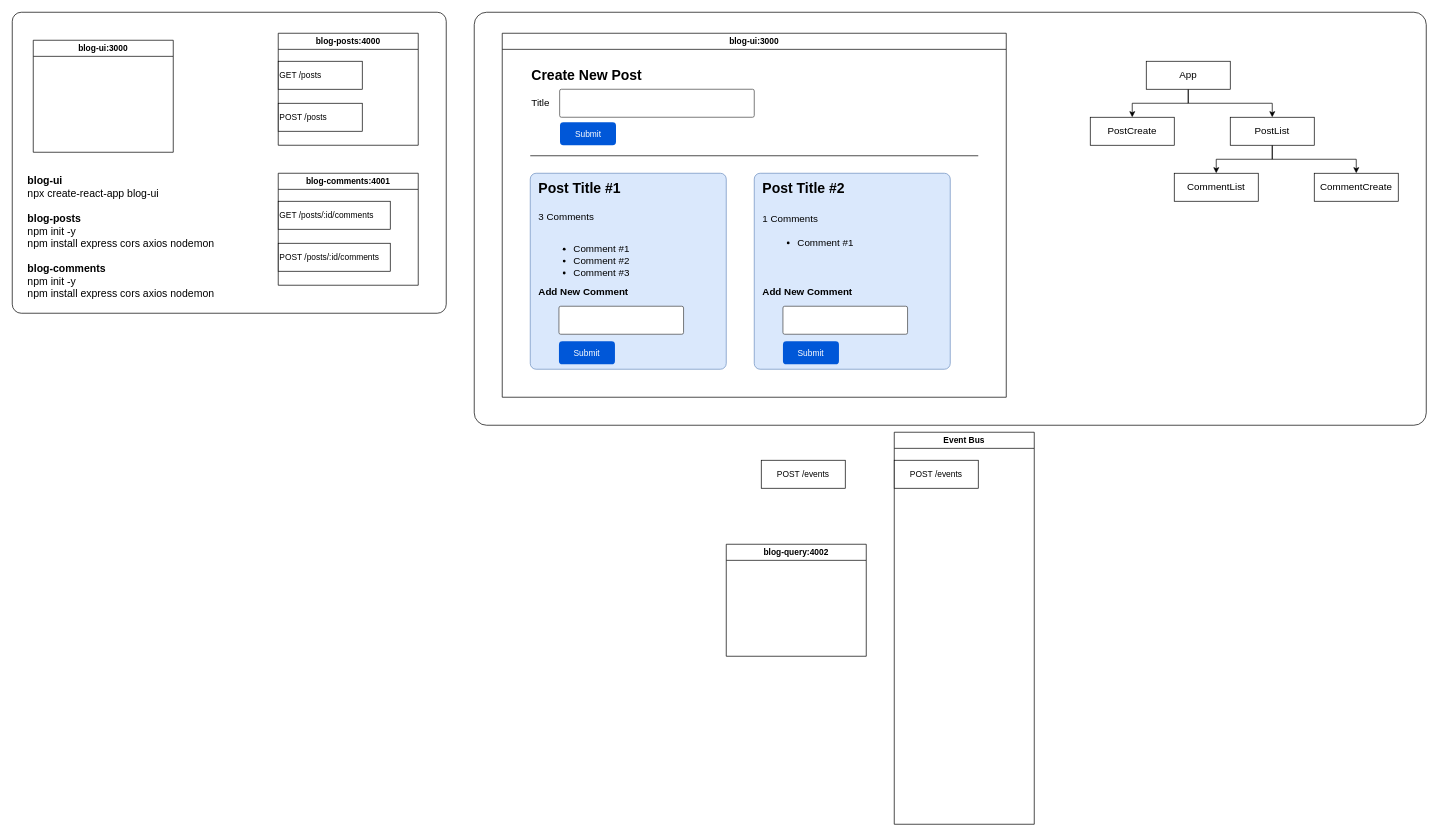
The draw.io diagram microservices.drawio in vidhirkaup/diagrams, before the edit. Source tidied: cells renumbered, new cells numbered last; positions are measured from the earlier drawing's top-left corner, leaving out a move shared by most shapes. Both pictures are drawn from the tidied source at 70%, with x=0, y=0 at pixel (12, 12).
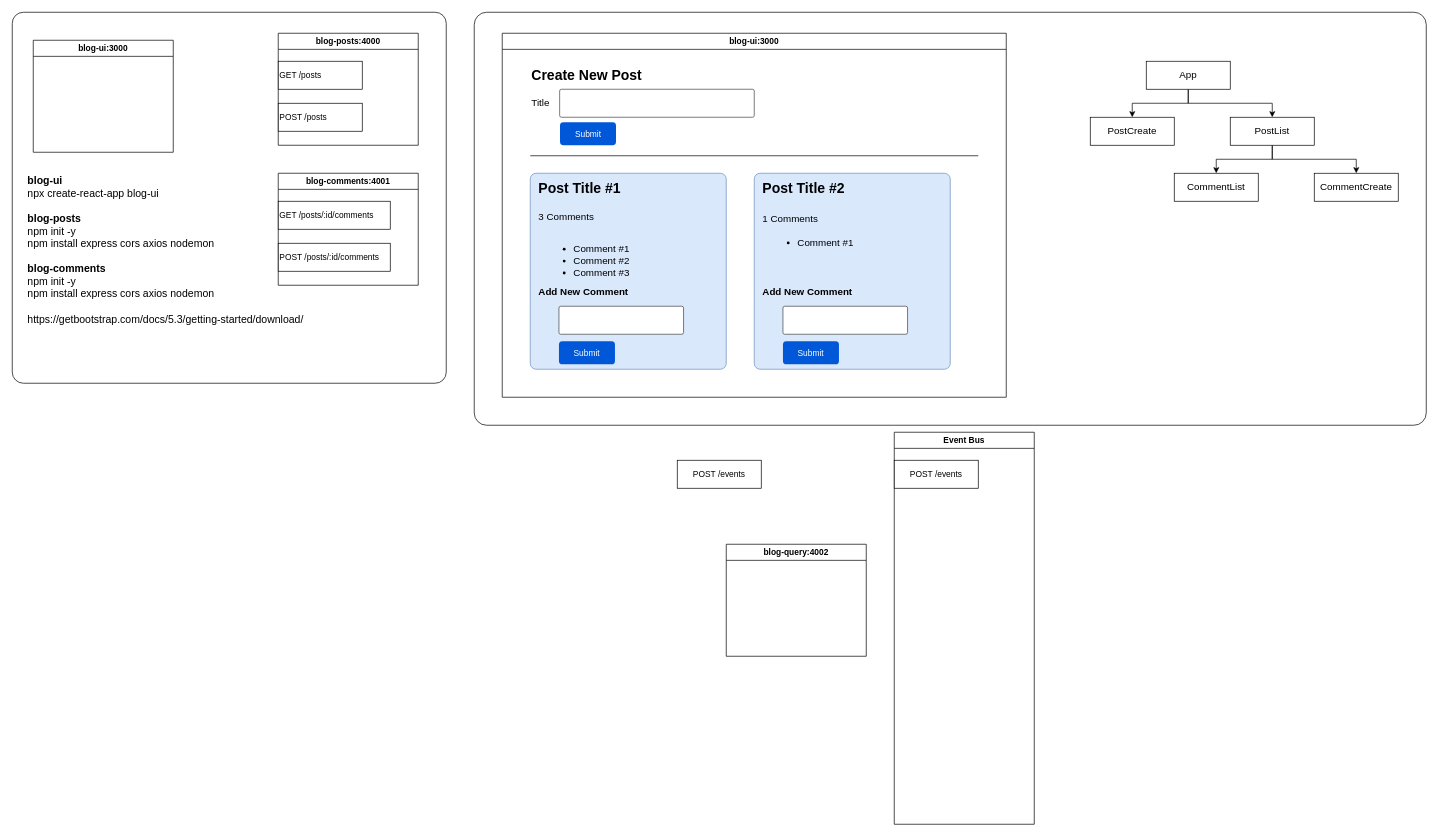
After the change.

Diff of the diagram source:
```diff
@@
     <mxCell id="2" style="rounded=1;whiteSpace=wrap;html=1;arcSize=3;gradientColor=default;fillColor=none;" parent="1" vertex="1">
-      <mxGeometry width="620" height="430" as="geometry" />
+      <mxGeometry width="620" height="530" as="geometry" />
     </mxCell>
@@
     <mxCell id="10" value="POST /events" style="rounded=0;whiteSpace=wrap;html=1;" parent="1" vertex="1">
-      <mxGeometry x="1070" y="640" width="120" height="40" as="geometry" />
+      <mxGeometry x="950" y="640" width="120" height="40" as="geometry" />
     </mxCell>
@@
-    <mxCell id="12" value="&lt;b style=&quot;font-size: 15px;&quot;&gt;blog-ui&lt;/b&gt;&lt;br style=&quot;font-size: 15px;&quot;&gt;npx create-react-app blog-ui&lt;br style=&quot;font-size: 15px;&quot;&gt;&lt;br style=&quot;font-size: 15px;&quot;&gt;&lt;b&gt;blog-posts&lt;/b&gt;&lt;br style=&quot;font-size: 15px;&quot;&gt;npm init -y&lt;br style=&quot;font-size: 15px;&quot;&gt;npm install express cors axios nodemon&lt;br style=&quot;font-size: 15px;&quot;&gt;&lt;br&gt;&lt;b&gt;blog-comments&lt;/b&gt;&lt;br&gt;npm init -y&lt;br&gt;npm install express cors axios nodemon" style="text;html=1;align=left;verticalAlign=top;strokeColor=none;fillColor=none;fontSize=15;" parent="1" vertex="1">
-      <mxGeometry x="20" y="225" width="290" height="190" as="geometry" />
+    <mxCell id="12" value="&lt;b style=&quot;font-size: 15px;&quot;&gt;blog-ui&lt;/b&gt;&lt;br style=&quot;font-size: 15px;&quot;&gt;npx create-react-app blog-ui&lt;br style=&quot;font-size: 15px;&quot;&gt;&lt;br style=&quot;font-size: 15px;&quot;&gt;&lt;b&gt;blog-posts&lt;/b&gt;&lt;br style=&quot;font-size: 15px;&quot;&gt;npm init -y&lt;br style=&quot;font-size: 15px;&quot;&gt;npm install express cors axios nodemon&lt;br style=&quot;font-size: 15px;&quot;&gt;&lt;br&gt;&lt;b&gt;blog-comments&lt;/b&gt;&lt;br&gt;npm init -y&lt;br&gt;npm install express cors axios nodemon&lt;br&gt;&lt;br&gt;https://getbootstrap.com/docs/5.3/getting-started/download/" style="text;html=1;align=left;verticalAlign=top;strokeColor=none;fillColor=none;fontSize=15;" parent="1" vertex="1">
+      <mxGeometry x="20" y="225" width="420" height="230" as="geometry" />
     </mxCell>
```
